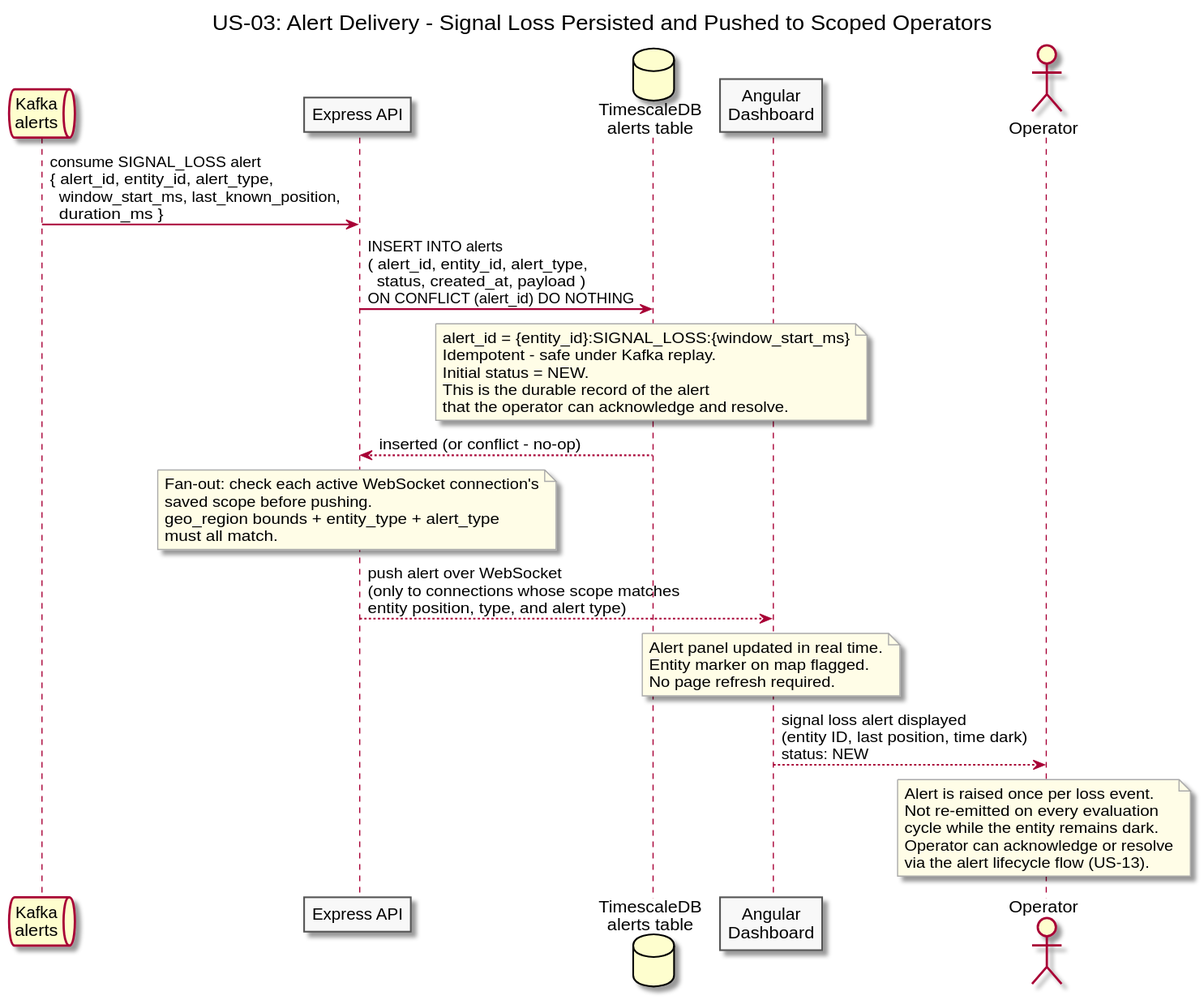
Earlier version of the PlantUML export diagrams/docs/use-cases/US-03-signal-loss-alert/alert-delivery.svg (Buffden/sentinel).
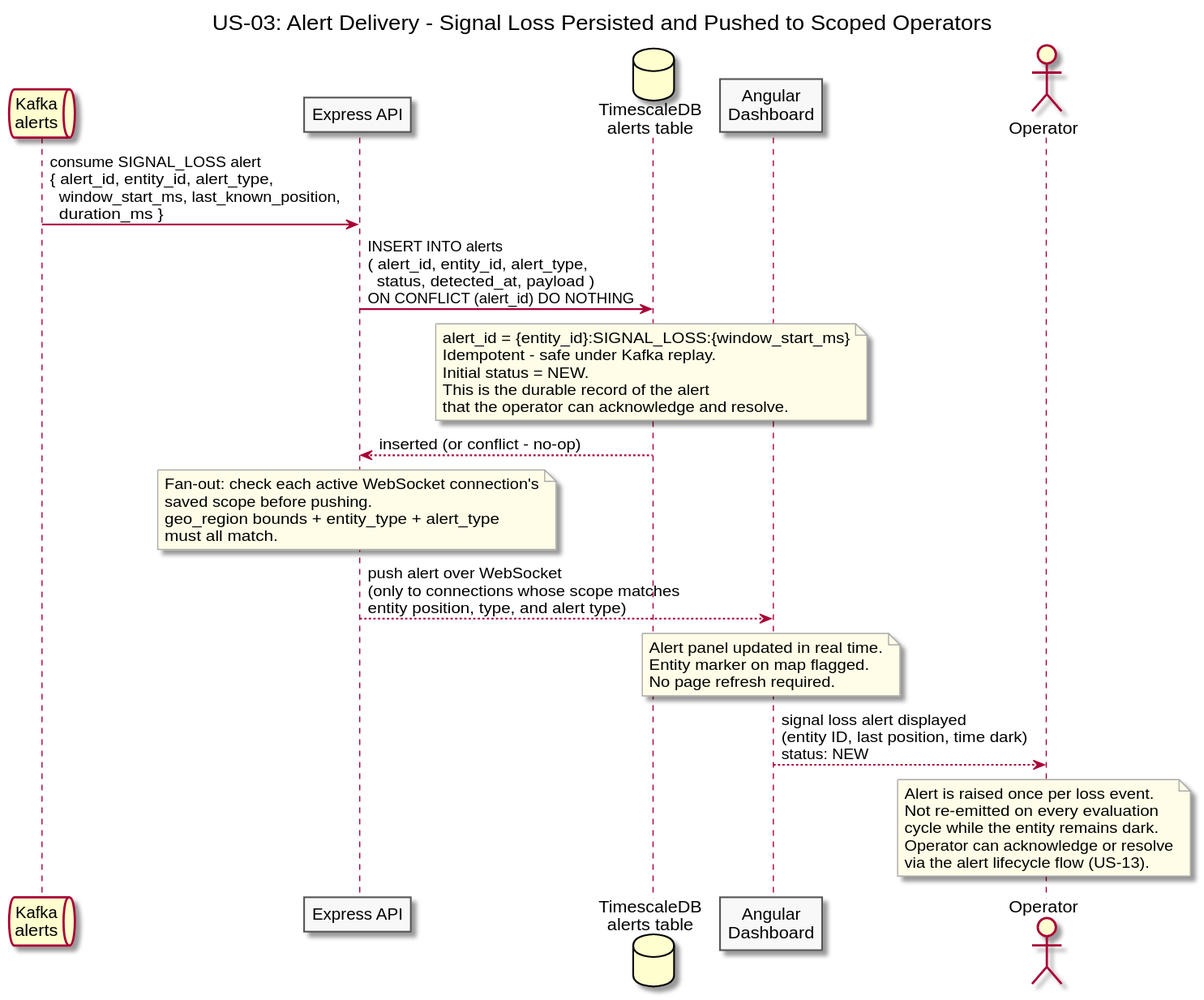
The same diagram one commit later.

Change to the diagram source:
```diff
@@ -15,7 +15,7 @@
 
 Kafka -> API : consume SIGNAL_LOSS alert\n{ alert_id, entity_id, alert_type,\n  window_start_ms, last_known_position,\n  duration_ms }
 
-API -> TSDB : INSERT INTO alerts\n( alert_id, entity_id, alert_type,\n  status, created_at, payload )\nON CONFLICT (alert_id) DO NOTHING
+API -> TSDB : INSERT INTO alerts\n( alert_id, entity_id, alert_type,\n  status, detected_at, payload )\nON CONFLICT (alert_id) DO NOTHING
 
 note over TSDB
   alert_id = {entity_id}:SIGNAL_LOSS:{window_start_ms}
```
